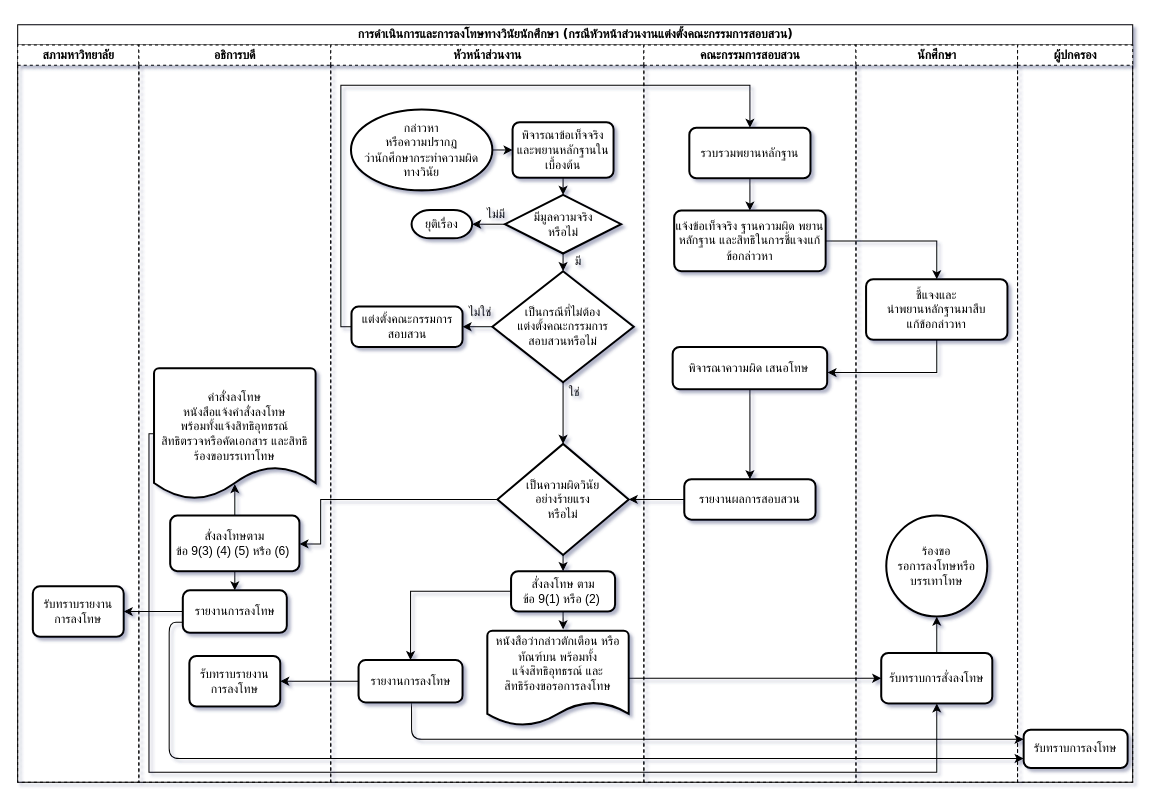
Earlier version of the draw.io diagram flow_vinai_faculty.drawio (ninjacharlee/test). Source tidied: cells renumbered, new cells numbered last; positions are measured from the earlier drawing's top-left corner, leaving out a move shared by most shapes. Both pictures are drawn from the tidied source at 101%, with x=0, y=0 at pixel (17, 24).
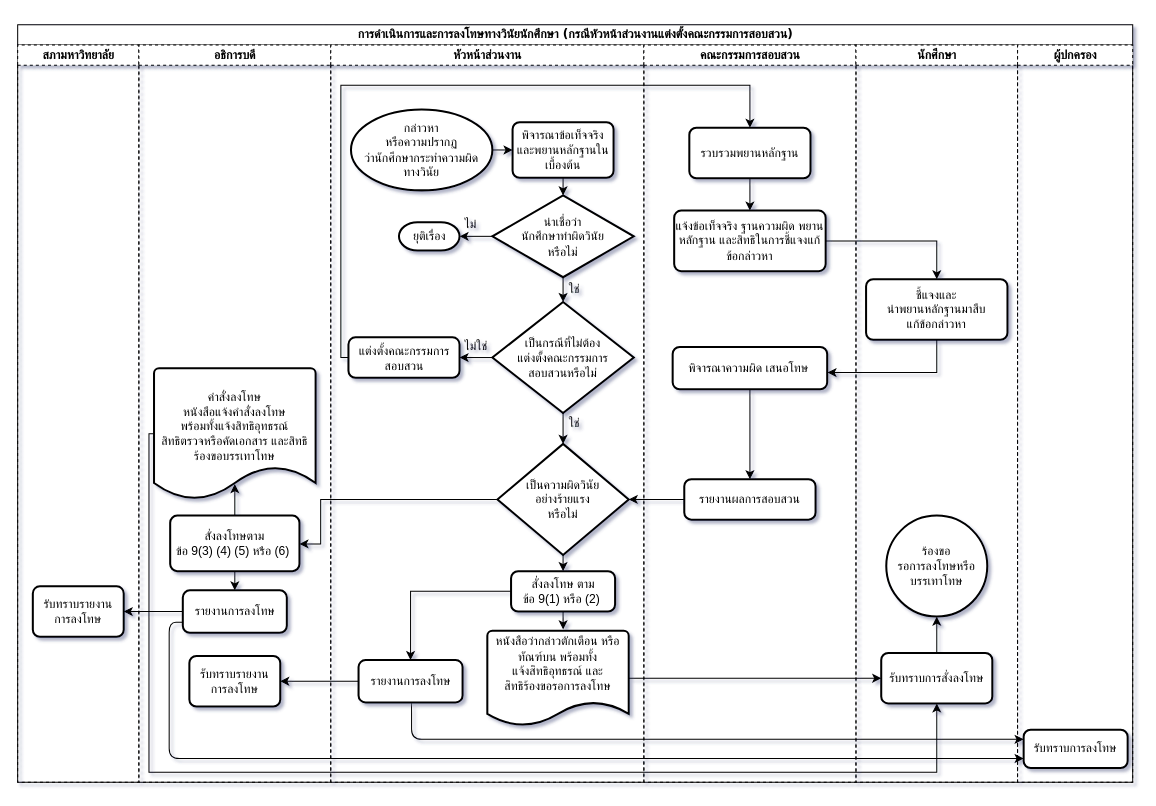
Above is the later version.

Unchanged cells that the change refers to:
```xml
<mxCell id="2" value="&lt;h2&gt;การดำเนินการและการลงโทษทางวินัยนักศึกษา (กรณีหัวหน้าส่วนงานแต่งตั้งคณะกรรมการสอบสวน)&lt;/h2&gt;" style="swimlane;html=1;startSize=20;rounded=0;shadow=0;labelBackgroundColor=none;strokeColor=#000000;strokeWidth=1;fillColor=#ffffff;fontFamily=Verdana;fontSize=8;fontColor=#000000;align=center;" parent="1" vertex="1">
  <mxGeometry width="1104" height="750" as="geometry" />
</mxCell>
<mxCell id="12" value="หัวหน้าส่วนงาน" style="swimlane;html=1;startSize=20;dashed=1;" parent="2" vertex="1">
  <mxGeometry x="310" y="20" width="310" height="730" as="geometry" />
</mxCell>
<mxCell id="36" value="รวบรวมพยานหลักฐาน" style="rounded=1;whiteSpace=wrap;html=1;absoluteArcSize=1;arcSize=14;strokeWidth=2;" parent="34" vertex="1">
  <mxGeometry x="45" y="82" width="120" height="50" as="geometry" />
</mxCell>
```

Diff of the diagram source:
```diff
@@
-    <mxCell id="19" value="มีมูลความจริง&lt;br&gt;หรือไม่" style="strokeWidth=2;html=1;shape=mxgraph.flowchart.decision;whiteSpace=wrap;" parent="12" vertex="1">
-      <mxGeometry x="172.5" y="148.5" width="115" height="58" as="geometry" />
+    <mxCell id="19" value="น่าเชื่อว่า&lt;br&gt;นักศึกษาทำผิดวินัย&lt;br&gt;หรือไม่" style="strokeWidth=2;html=1;shape=mxgraph.flowchart.decision;whiteSpace=wrap;" parent="12" vertex="1">
+      <mxGeometry x="160" y="149" width="140" height="81" as="geometry" />
     </mxCell>
     <mxCell id="20" value="ยุติเรื่อง" style="strokeWidth=2;html=1;shape=mxgraph.flowchart.terminator;whiteSpace=wrap;" parent="12" vertex="1">
-      <mxGeometry x="80" y="163.5" width="60" height="28" as="geometry" />
+      <mxGeometry x="67.5" y="175.5" width="60" height="28" as="geometry" />
     </mxCell>
@@
     <mxCell id="23" value="เป็นกรณีที่ไม่ต้อง&lt;br&gt;แต่งตั้งคณะกรรมการ&lt;br&gt;สอบสวนหรือไม่" style="strokeWidth=2;html=1;shape=mxgraph.flowchart.decision;whiteSpace=wrap;" parent="12" vertex="1">
-      <mxGeometry x="160" y="224" width="140" height="110" as="geometry" />
+      <mxGeometry x="160" y="254.5" width="140" height="110" as="geometry" />
     </mxCell>
@@
-    <mxCell id="26" value="ไม่มี" style="text;html=1;align=left;verticalAlign=top;spacingTop=-4;" parent="12" vertex="1">
-      <mxGeometry x="152.5" y="157.5" width="40" height="20" as="geometry" />
+    <mxCell id="26" value="ไม่" style="text;html=1;align=left;verticalAlign=top;spacingTop=-4;" parent="12" vertex="1">
+      <mxGeometry x="130.5" y="167.5" width="30" height="20" as="geometry" />
     </mxCell>
-    <mxCell id="27" value="มี" style="text;html=1;align=left;verticalAlign=top;spacingTop=-4;" parent="12" vertex="1">
-      <mxGeometry x="240" y="204" width="20" height="20" as="geometry" />
+    <mxCell id="27" value="ใช่" style="text;html=1;align=left;verticalAlign=top;spacingTop=-4;" parent="12" vertex="1">
+      <mxGeometry x="234" y="232" width="30" height="20" as="geometry" />
     </mxCell>
@@
     <mxCell id="33" value="แต่งตั้งคณะกรรมการสอบสวน" style="rounded=1;whiteSpace=wrap;html=1;absoluteArcSize=1;arcSize=14;strokeWidth=2;shadow=0;glass=0;comic=0;gradientColor=none;" parent="12" vertex="1">
-      <mxGeometry x="20.5" y="259" width="110" height="40" as="geometry" />
+      <mxGeometry x="17.5" y="289.5" width="110" height="40" as="geometry" />
     </mxCell>
+    <mxCell id="59" value="ไม่ใช่" style="text;html=1;align=left;verticalAlign=top;spacingTop=-4;" parent="12" vertex="1">
+      <mxGeometry x="130.5" y="289" width="40" height="20" as="geometry" />
+    </mxCell>
+    <mxCell id="60" value="ใช่" style="text;html=1;align=left;verticalAlign=top;spacingTop=-4;" parent="12" vertex="1">
+      <mxGeometry x="234" y="365" width="30" height="20" as="geometry" />
+    </mxCell>
@@
     <mxCell id="55" style="edgeStyle=orthogonalEdgeStyle;rounded=0;jettySize=auto;html=1;exitX=0;exitY=0.5;exitDx=0;exitDy=0;entryX=0.5;entryY=0;entryDx=0;entryDy=0;" parent="2" edge="1" source="33" target="36">
       <mxGeometry relative="1" as="geometry">
         <Array as="points">
-          <mxPoint x="320" y="299" />
+          <mxPoint x="320" y="330" />
           <mxPoint x="320" y="60" />
           <mxPoint x="725" y="60" />
         </Array>
       </mxGeometry>
     </mxCell>
@@
-    <mxCell id="59" value="ไม่ใช่" style="text;html=1;align=left;verticalAlign=top;spacingTop=-4;" parent="1" vertex="1">
-      <mxGeometry x="445" y="275" width="40" height="20" as="geometry" />
-    </mxCell>
-    <mxCell id="60" value="ใช่" style="text;html=1;align=left;verticalAlign=top;spacingTop=-4;" parent="1" vertex="1">
-      <mxGeometry x="544" y="354" width="30" height="20" as="geometry" />
-    </mxCell>
```
